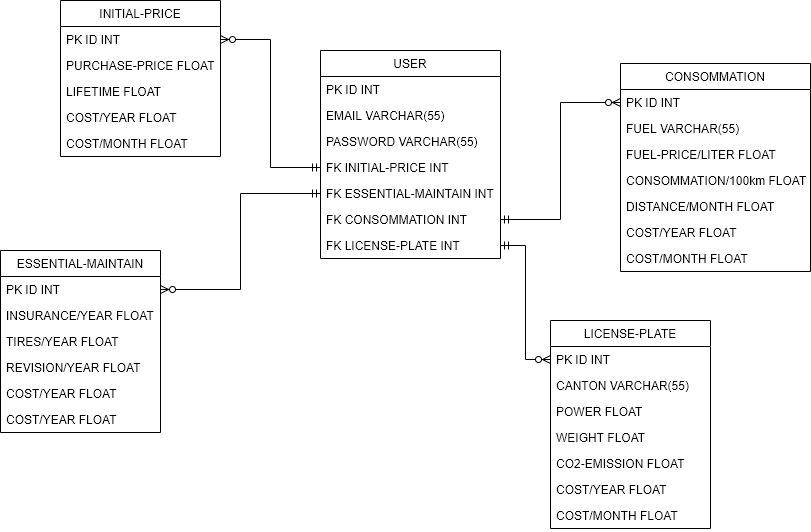
This is Documentation/Sprint1/DB-MLD.PNG from ThomasCPNV/CcubeProject, a draw.io export, as it was before one commit. Source tidied: cells renumbered, new cells last; positions are measured from the earlier drawing's top-left corner, leaving out a move shared by most shapes.
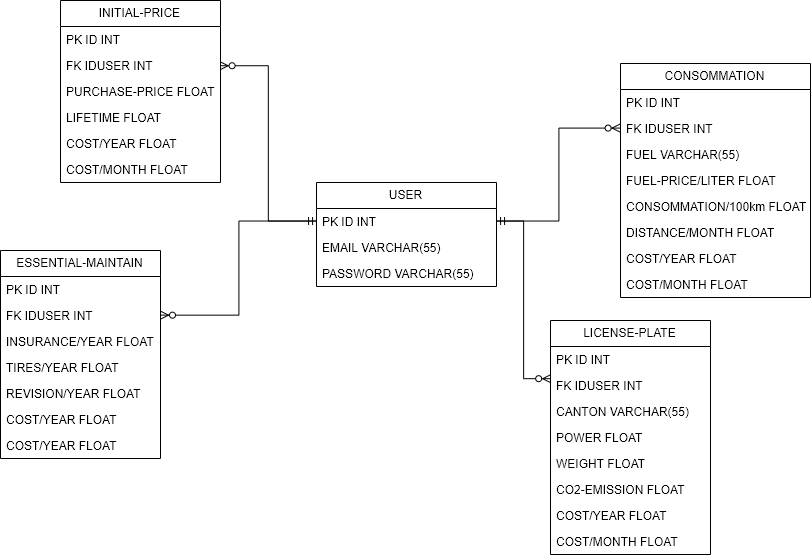
The same file after the commit.

Commit message:
Mise à jour des diagrammes

Change to the diagram source:
```diff
@@ -3,7 +3,7 @@
     <mxCell id="0" />
     <mxCell id="1" parent="0" />
     <mxCell id="2" value="USER" style="swimlane;fontStyle=0;horizontal=1;startSize=26;fillColor=none;" parent="1" vertex="1">
-      <mxGeometry x="320" y="50" width="180" height="208" as="geometry" />
+      <mxGeometry x="316" y="182" width="180" height="104" as="geometry" />
     </mxCell>
     <mxCell id="3" value="PK ID INT" style="text;strokeColor=none;fillColor=none;align=left;verticalAlign=top;spacingLeft=4;spacingRight=4;overflow=hidden;points=[[0,0.5],[1,0.5]];portConstraint=eastwest;" parent="2" vertex="1">
       <mxGeometry y="26" width="180" height="26" as="geometry" />
@@ -14,116 +14,116 @@
     <mxCell id="5" value="PASSWORD VARCHAR(55)" style="text;strokeColor=none;fillColor=none;align=left;verticalAlign=top;spacingLeft=4;spacingRight=4;overflow=hidden;" parent="2" vertex="1">
       <mxGeometry y="78" width="180" height="26" as="geometry" />
     </mxCell>
-    <mxCell id="6" value="FK INITIAL-PRICE INT" style="text;strokeColor=none;fillColor=none;align=left;verticalAlign=top;spacingLeft=4;spacingRight=4;overflow=hidden;points=[[0,0.5],[1,0.5]];portConstraint=eastwest;" parent="2" vertex="1">
-      <mxGeometry y="104" width="180" height="26" as="geometry" />
-    </mxCell>
-    <mxCell id="7" value="FK ESSENTIAL-MAINTAIN INT" style="text;strokeColor=none;fillColor=none;align=left;verticalAlign=top;spacingLeft=4;spacingRight=4;overflow=hidden;points=[[0,0.5],[1,0.5]];portConstraint=eastwest;" parent="2" vertex="1">
-      <mxGeometry y="130" width="180" height="26" as="geometry" />
-    </mxCell>
-    <mxCell id="8" value="FK CONSOMMATION INT" style="text;strokeColor=none;fillColor=none;align=left;verticalAlign=top;spacingLeft=4;spacingRight=4;overflow=hidden;points=[[0,0.5],[1,0.5]];portConstraint=eastwest;" parent="2" vertex="1">
-      <mxGeometry y="156" width="180" height="26" as="geometry" />
-    </mxCell>
-    <mxCell id="9" value="FK LICENSE-PLATE INT" style="text;strokeColor=none;fillColor=none;align=left;verticalAlign=top;spacingLeft=4;spacingRight=4;overflow=hidden;points=[[0,0.5],[1,0.5]];portConstraint=eastwest;" parent="2" vertex="1">
-      <mxGeometry y="182" width="180" height="26" as="geometry" />
-    </mxCell>
     <mxCell id="10" value="LICENSE-PLATE" style="swimlane;fontStyle=0;horizontal=1;startSize=26;fillColor=none;" parent="1" vertex="1">
-      <mxGeometry x="550" y="320" width="160" height="208" as="geometry" />
+      <mxGeometry x="550" y="320" width="160" height="234" as="geometry" />
     </mxCell>
     <mxCell id="11" value="PK ID INT" style="text;strokeColor=none;fillColor=none;align=left;verticalAlign=top;spacingLeft=4;spacingRight=4;overflow=hidden;points=[[0,0.5],[1,0.5]];portConstraint=eastwest;" parent="10" vertex="1">
       <mxGeometry y="26" width="160" height="26" as="geometry" />
     </mxCell>
+    <mxCell id="43" value="FK IDUSER INT" style="text;strokeColor=none;fillColor=none;align=left;verticalAlign=top;spacingLeft=4;spacingRight=4;overflow=hidden;" parent="10" vertex="1">
+      <mxGeometry y="52" width="160" height="26" as="geometry" />
+    </mxCell>
     <mxCell id="12" value="CANTON VARCHAR(55)" style="text;strokeColor=none;fillColor=none;align=left;verticalAlign=top;spacingLeft=4;spacingRight=4;overflow=hidden;" parent="10" vertex="1">
-      <mxGeometry y="52" width="160" height="26" as="geometry" />
+      <mxGeometry y="78" width="160" height="26" as="geometry" />
     </mxCell>
     <mxCell id="13" value="POWER FLOAT" style="text;strokeColor=none;fillColor=none;align=left;verticalAlign=top;spacingLeft=4;spacingRight=4;overflow=hidden;" parent="10" vertex="1">
-      <mxGeometry y="78" width="160" height="26" as="geometry" />
+      <mxGeometry y="104" width="160" height="26" as="geometry" />
     </mxCell>
     <mxCell id="14" value="WEIGHT FLOAT" style="text;strokeColor=none;fillColor=none;align=left;verticalAlign=top;spacingLeft=4;spacingRight=4;overflow=hidden;" parent="10" vertex="1">
-      <mxGeometry y="104" width="160" height="26" as="geometry" />
+      <mxGeometry y="130" width="160" height="26" as="geometry" />
     </mxCell>
     <mxCell id="15" value="CO2-EMISSION FLOAT" style="text;strokeColor=none;fillColor=none;align=left;verticalAlign=top;spacingLeft=4;spacingRight=4;overflow=hidden;" parent="10" vertex="1">
-      <mxGeometry y="130" width="160" height="26" as="geometry" />
+      <mxGeometry y="156" width="160" height="26" as="geometry" />
     </mxCell>
     <mxCell id="16" value="COST/YEAR FLOAT" style="text;strokeColor=none;fillColor=none;align=left;verticalAlign=top;spacingLeft=4;spacingRight=4;overflow=hidden;" parent="10" vertex="1">
-      <mxGeometry y="156" width="160" height="26" as="geometry" />
+      <mxGeometry y="182" width="160" height="26" as="geometry" />
     </mxCell>
     <mxCell id="17" value="COST/MONTH FLOAT" style="text;strokeColor=none;fillColor=none;align=left;verticalAlign=top;spacingLeft=4;spacingRight=4;overflow=hidden;" parent="10" vertex="1">
-      <mxGeometry y="182" width="160" height="26" as="geometry" />
+      <mxGeometry y="208" width="160" height="26" as="geometry" />
     </mxCell>
     <mxCell id="18" value="ESSENTIAL-MAINTAIN" style="swimlane;fontStyle=0;horizontal=1;startSize=26;fillColor=none;" parent="1" vertex="1">
-      <mxGeometry y="250" width="160" height="182" as="geometry" />
+      <mxGeometry y="250" width="160" height="208" as="geometry" />
     </mxCell>
     <mxCell id="19" value="PK ID INT" style="text;strokeColor=none;fillColor=none;align=left;verticalAlign=top;spacingLeft=4;spacingRight=4;overflow=hidden;points=[[0,0.5],[1,0.5]];portConstraint=eastwest;" parent="18" vertex="1">
       <mxGeometry y="26" width="160" height="26" as="geometry" />
     </mxCell>
+    <mxCell id="44" value="FK IDUSER INT" style="text;strokeColor=none;fillColor=none;align=left;verticalAlign=top;spacingLeft=4;spacingRight=4;overflow=hidden;points=[[0,0.5],[1,0.5]];portConstraint=eastwest;" parent="18" vertex="1">
+      <mxGeometry y="52" width="160" height="26" as="geometry" />
+    </mxCell>
     <mxCell id="20" value="INSURANCE/YEAR FLOAT" style="text;strokeColor=none;fillColor=none;align=left;verticalAlign=top;spacingLeft=4;spacingRight=4;overflow=hidden;" parent="18" vertex="1">
-      <mxGeometry y="52" width="160" height="26" as="geometry" />
+      <mxGeometry y="78" width="160" height="26" as="geometry" />
     </mxCell>
     <mxCell id="21" value="TIRES/YEAR FLOAT" style="text;strokeColor=none;fillColor=none;align=left;verticalAlign=top;spacingLeft=4;spacingRight=4;overflow=hidden;" parent="18" vertex="1">
-      <mxGeometry y="78" width="160" height="26" as="geometry" />
+      <mxGeometry y="104" width="160" height="26" as="geometry" />
     </mxCell>
     <mxCell id="22" value="REVISION/YEAR FLOAT" style="text;strokeColor=none;fillColor=none;align=left;verticalAlign=top;spacingLeft=4;spacingRight=4;overflow=hidden;" parent="18" vertex="1">
-      <mxGeometry y="104" width="160" height="26" as="geometry" />
+      <mxGeometry y="130" width="160" height="26" as="geometry" />
     </mxCell>
     <mxCell id="23" value="COST/YEAR FLOAT" style="text;strokeColor=none;fillColor=none;align=left;verticalAlign=top;spacingLeft=4;spacingRight=4;overflow=hidden;" parent="18" vertex="1">
-      <mxGeometry y="130" width="160" height="26" as="geometry" />
+      <mxGeometry y="156" width="160" height="26" as="geometry" />
     </mxCell>
     <mxCell id="24" value="COST/YEAR FLOAT" style="text;strokeColor=none;fillColor=none;align=left;verticalAlign=top;spacingLeft=4;spacingRight=4;overflow=hidden;" parent="18" vertex="1">
-      <mxGeometry y="156" width="160" height="26" as="geometry" />
+      <mxGeometry y="182" width="160" height="26" as="geometry" />
     </mxCell>
     <mxCell id="25" value="INITIAL-PRICE" style="swimlane;fontStyle=0;horizontal=1;startSize=26;fillColor=none;" parent="1" vertex="1">
-      <mxGeometry x="60" width="160" height="156" as="geometry" />
+      <mxGeometry x="60" width="160" height="182" as="geometry" />
     </mxCell>
     <mxCell id="26" value="PK ID INT" style="text;strokeColor=none;fillColor=none;align=left;verticalAlign=top;spacingLeft=4;spacingRight=4;overflow=hidden;points=[[0,0.5],[1,0.5]];portConstraint=eastwest;" parent="25" vertex="1">
       <mxGeometry y="26" width="160" height="26" as="geometry" />
     </mxCell>
+    <mxCell id="45" value="FK IDUSER INT" style="text;strokeColor=none;fillColor=none;align=left;verticalAlign=top;spacingLeft=4;spacingRight=4;overflow=hidden;points=[[0,0.5],[1,0.5]];portConstraint=eastwest;" parent="25" vertex="1">
+      <mxGeometry y="52" width="160" height="26" as="geometry" />
+    </mxCell>
     <mxCell id="27" value="PURCHASE-PRICE FLOAT" style="text;strokeColor=none;fillColor=none;align=left;verticalAlign=top;spacingLeft=4;spacingRight=4;overflow=hidden;" parent="25" vertex="1">
-      <mxGeometry y="52" width="160" height="26" as="geometry" />
+      <mxGeometry y="78" width="160" height="26" as="geometry" />
     </mxCell>
     <mxCell id="28" value="LIFETIME FLOAT" style="text;strokeColor=none;fillColor=none;align=left;verticalAlign=top;spacingLeft=4;spacingRight=4;overflow=hidden;" parent="25" vertex="1">
-      <mxGeometry y="78" width="160" height="26" as="geometry" />
+      <mxGeometry y="104" width="160" height="26" as="geometry" />
     </mxCell>
     <mxCell id="29" value="COST/YEAR FLOAT" style="text;strokeColor=none;fillColor=none;align=left;verticalAlign=top;spacingLeft=4;spacingRight=4;overflow=hidden;" parent="25" vertex="1">
-      <mxGeometry y="104" width="160" height="26" as="geometry" />
+      <mxGeometry y="130" width="160" height="26" as="geometry" />
     </mxCell>
     <mxCell id="30" value="COST/MONTH FLOAT" style="text;strokeColor=none;fillColor=none;align=left;verticalAlign=top;spacingLeft=4;spacingRight=4;overflow=hidden;" parent="25" vertex="1">
-      <mxGeometry y="130" width="160" height="26" as="geometry" />
+      <mxGeometry y="156" width="160" height="26" as="geometry" />
     </mxCell>
     <mxCell id="31" value="CONSOMMATION" style="swimlane;fontStyle=0;horizontal=1;startSize=26;fillColor=none;" parent="1" vertex="1">
-      <mxGeometry x="620" y="63" width="190" height="208" as="geometry" />
+      <mxGeometry x="620" y="63" width="190" height="234" as="geometry" />
     </mxCell>
     <mxCell id="32" value="PK ID INT" style="text;strokeColor=none;fillColor=none;align=left;verticalAlign=top;spacingLeft=4;spacingRight=4;overflow=hidden;points=[[0,0.5],[1,0.5]];portConstraint=eastwest;" parent="31" vertex="1">
       <mxGeometry y="26" width="190" height="26" as="geometry" />
     </mxCell>
+    <mxCell id="46" value="FK IDUSER INT" style="text;strokeColor=none;fillColor=none;align=left;verticalAlign=top;spacingLeft=4;spacingRight=4;overflow=hidden;points=[[0,0.5],[1,0.5]];portConstraint=eastwest;" parent="31" vertex="1">
+      <mxGeometry y="52" width="190" height="26" as="geometry" />
+    </mxCell>
     <mxCell id="33" value="FUEL VARCHAR(55)" style="text;strokeColor=none;fillColor=none;align=left;verticalAlign=top;spacingLeft=4;spacingRight=4;overflow=hidden;" parent="31" vertex="1">
-      <mxGeometry y="52" width="190" height="26" as="geometry" />
+      <mxGeometry y="78" width="190" height="26" as="geometry" />
     </mxCell>
     <mxCell id="34" value="FUEL-PRICE/LITER FLOAT" style="text;strokeColor=none;fillColor=none;align=left;verticalAlign=top;spacingLeft=4;spacingRight=4;overflow=hidden;" parent="31" vertex="1">
-      <mxGeometry y="78" width="190" height="26" as="geometry" />
+      <mxGeometry y="104" width="190" height="26" as="geometry" />
     </mxCell>
     <mxCell id="35" value="CONSOMMATION/100km FLOAT" style="text;strokeColor=none;fillColor=none;align=left;verticalAlign=top;spacingLeft=4;spacingRight=4;overflow=hidden;" parent="31" vertex="1">
-      <mxGeometry y="104" width="190" height="26" as="geometry" />
+      <mxGeometry y="130" width="190" height="26" as="geometry" />
     </mxCell>
     <mxCell id="36" value="DISTANCE/MONTH FLOAT" style="text;strokeColor=none;fillColor=none;align=left;verticalAlign=top;spacingLeft=4;spacingRight=4;overflow=hidden;" parent="31" vertex="1">
-      <mxGeometry y="130" width="190" height="26" as="geometry" />
+      <mxGeometry y="156" width="190" height="26" as="geometry" />
     </mxCell>
     <mxCell id="37" value="COST/YEAR FLOAT" style="text;strokeColor=none;fillColor=none;align=left;verticalAlign=top;spacingLeft=4;spacingRight=4;overflow=hidden;" parent="31" vertex="1">
-      <mxGeometry y="156" width="190" height="26" as="geometry" />
+      <mxGeometry y="182" width="190" height="26" as="geometry" />
     </mxCell>
     <mxCell id="38" value="COST/MONTH FLOAT" style="text;strokeColor=none;fillColor=none;align=left;verticalAlign=top;spacingLeft=4;spacingRight=4;overflow=hidden;" parent="31" vertex="1">
-      <mxGeometry y="182" width="190" height="26" as="geometry" />
+      <mxGeometry y="208" width="190" height="26" as="geometry" />
     </mxCell>
-    <mxCell id="39" style="edgeStyle=orthogonalEdgeStyle;rounded=0;jettySize=auto;html=1;exitX=1;exitY=0.5;exitDx=0;exitDy=0;entryX=0;entryY=0.5;entryDx=0;entryDy=0;startArrow=ERzeroToMany;startFill=1;endArrow=ERmandOne;endFill=0;" parent="1" edge="1" source="26" target="6">
-      <mxGeometry relative="1" as="geometry" />
-    </mxCell>
-    <mxCell id="40" style="edgeStyle=orthogonalEdgeStyle;rounded=0;jettySize=auto;html=1;exitX=1;exitY=0.5;exitDx=0;exitDy=0;entryX=0;entryY=0.5;entryDx=0;entryDy=0;startArrow=ERzeroToMany;startFill=1;endArrow=ERmandOne;endFill=0;" parent="1" edge="1" source="19" target="7">
-      <mxGeometry relative="1" as="geometry" />
-    </mxCell>
-    <mxCell id="41" style="edgeStyle=orthogonalEdgeStyle;rounded=0;jettySize=auto;html=1;exitX=0;exitY=0.5;exitDx=0;exitDy=0;entryX=1;entryY=0.5;entryDx=0;entryDy=0;startArrow=ERzeroToMany;startFill=1;endArrow=ERmandOne;endFill=0;" parent="1" edge="1" source="32" target="8">
-      <mxGeometry relative="1" as="geometry" />
-    </mxCell>
-    <mxCell id="42" style="edgeStyle=orthogonalEdgeStyle;rounded=0;jettySize=auto;html=1;exitX=0;exitY=0.5;exitDx=0;exitDy=0;entryX=1;entryY=0.5;entryDx=0;entryDy=0;startArrow=ERzeroToMany;startFill=1;endArrow=ERmandOne;endFill=0;" parent="1" edge="1" source="11" target="9">
-      <mxGeometry relative="1" as="geometry" />
-    </mxCell>
+    <mxCell id="47" style="edgeStyle=orthogonalEdgeStyle;rounded=0;jettySize=auto;html=1;entryX=1;entryY=0.5;entryDx=0;entryDy=0;exitX=0;exitY=0.5;exitDx=0;exitDy=0;endArrow=ERzeroToMany;endFill=1;" parent="1" edge="1" source="3" target="45">
+      <mxGeometry relative="1" as="geometry" />
+    </mxCell>
+    <mxCell id="48" style="edgeStyle=orthogonalEdgeStyle;rounded=0;jettySize=auto;html=1;exitX=0;exitY=0.5;exitDx=0;exitDy=0;endArrow=ERzeroToMany;endFill=1;startArrow=ERmandOne;startFill=0;" parent="1" edge="1" source="3" target="44">
+      <mxGeometry relative="1" as="geometry" />
+    </mxCell>
+    <mxCell id="49" style="edgeStyle=orthogonalEdgeStyle;rounded=0;jettySize=auto;html=1;exitX=1;exitY=0.5;exitDx=0;exitDy=0;entryX=0;entryY=0.5;entryDx=0;entryDy=0;endArrow=ERzeroToMany;endFill=1;startArrow=ERmandOne;startFill=0;" parent="1" edge="1" source="3" target="46">
+      <mxGeometry relative="1" as="geometry" />
+    </mxCell>
+    <mxCell id="50" style="edgeStyle=orthogonalEdgeStyle;rounded=0;jettySize=auto;html=1;exitX=1;exitY=0.5;exitDx=0;exitDy=0;entryX=0;entryY=0.25;entryDx=0;entryDy=0;endArrow=ERzeroToMany;endFill=1;" parent="1" edge="1" source="3" target="10">
+      <mxGeometry relative="1" as="geometry" />
+    </mxCell>
   </root>
 </mxGraphModel>
```
